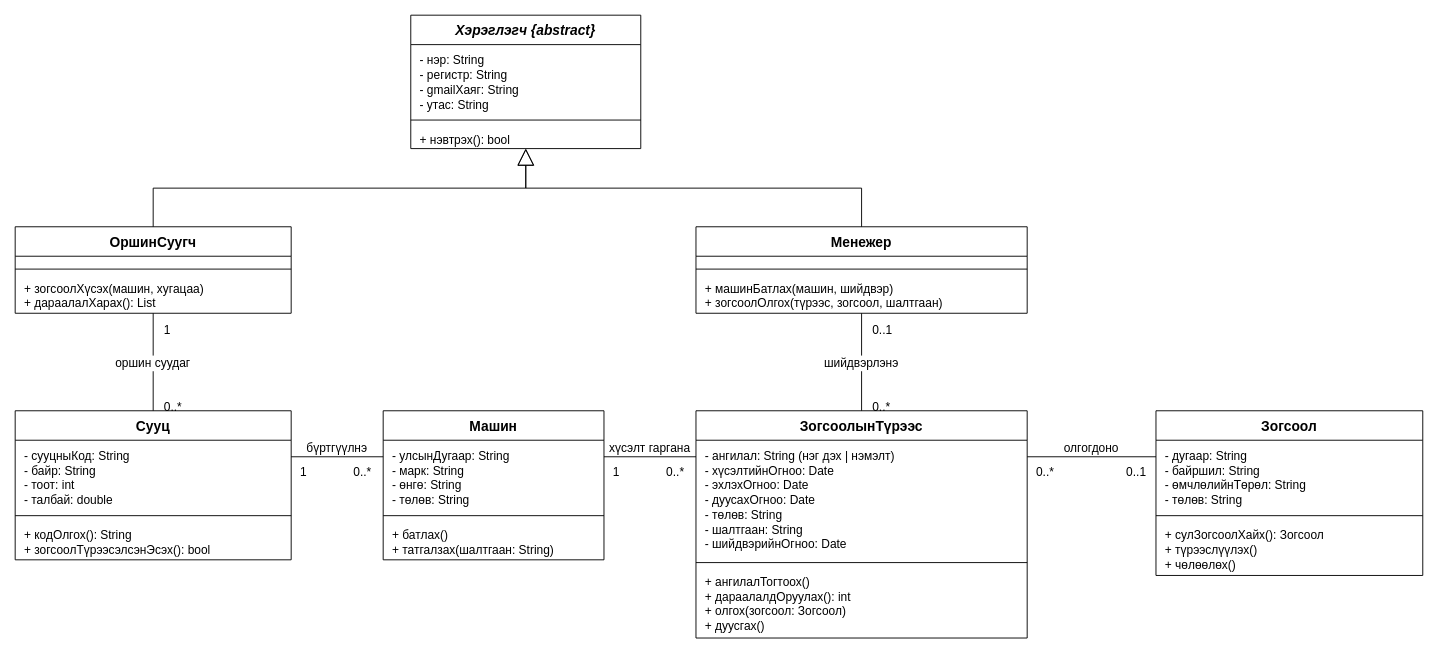
Before: docs/drawio/lab5-class.drawio in Uuganaaa12/suh-burtgel, a draw.io diagram. Source tidied: cells renumbered, new cells numbered last; positions are measured from the earlier drawing's top-left corner, leaving out a move shared by most shapes. Both pictures are drawn from the tidied source at 92%, with x=0, y=0 at pixel (15, 15).
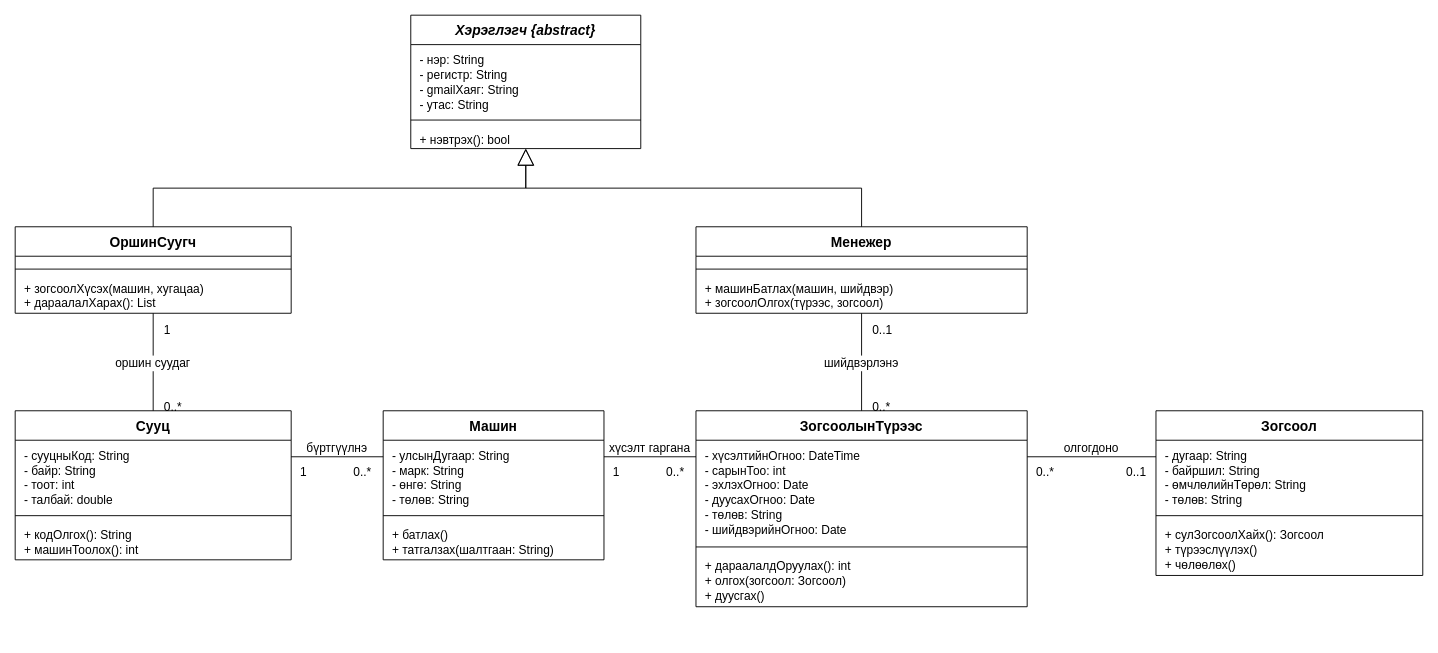
After the change.

Commit message (it also covers changes not shown here):
Лаб 5: Class, Sequence диаграмыг хүсэлтийн дарааллын дүрэмд тааруулав

Unchanged cells that the change refers to:
```xml
<mxCell id="10" value="Менежер" style="html=0;whiteSpace=nowrap;fontFamily=Helvetica;swimlane;horizontal=1;startSize=32;fontSize=15;fontStyle=1;" parent="1" vertex="1">
  <mxGeometry x="740" y="230" width="360" height="94" as="geometry" />
</mxCell>
<mxCell id="14" value="Сууц" style="html=0;whiteSpace=nowrap;fontFamily=Helvetica;swimlane;horizontal=1;startSize=32;fontSize=15;fontStyle=1;" parent="1" vertex="1">
  <mxGeometry y="430" width="300" height="162" as="geometry" />
</mxCell>
<mxCell id="18" value="Машин" style="html=0;whiteSpace=nowrap;fontFamily=Helvetica;swimlane;horizontal=1;startSize=32;fontSize=15;fontStyle=1;" parent="1" vertex="1">
  <mxGeometry x="400" y="430" width="240" height="162" as="geometry" />
</mxCell>
<mxCell id="26" value="Зогсоол" style="html=0;whiteSpace=nowrap;fontFamily=Helvetica;swimlane;horizontal=1;startSize=32;fontSize=15;fontStyle=1;" parent="1" vertex="1">
  <mxGeometry x="1240" y="430" width="290" height="179" as="geometry" />
</mxCell>
```

Diff of the diagram source:
```diff
@@
-    <mxCell id="13" value="+ машинБатлах(машин, шийдвэр)&#10;+ зогсоолОлгох(түрээс, зогсоол, шалтгаан)" style="html=0;whiteSpace=nowrap;fontFamily=Helvetica;text;strokeColor=none;fillColor=none;align=left;verticalAlign=top;spacingLeft=8;spacingTop=3;fontSize=13;" parent="10" vertex="1">
+    <mxCell id="13" value="+ машинБатлах(машин, шийдвэр)&#10;+ зогсоолОлгох(түрээс, зогсоол)" style="html=0;whiteSpace=nowrap;fontFamily=Helvetica;text;strokeColor=none;fillColor=none;align=left;verticalAlign=top;spacingLeft=8;spacingTop=3;fontSize=13;" parent="10" vertex="1">
       <mxGeometry y="50" width="360" height="44" as="geometry" />
     </mxCell>
@@
-    <mxCell id="17" value="+ кодОлгох(): String&#10;+ зогсоолТүрээсэлсэнЭсэх(): bool" style="html=0;whiteSpace=nowrap;fontFamily=Helvetica;text;strokeColor=none;fillColor=none;align=left;verticalAlign=top;spacingLeft=8;spacingTop=3;fontSize=13;" parent="14" vertex="1">
+    <mxCell id="17" value="+ кодОлгох(): String&#10;+ машинТоолох(): int" style="html=0;whiteSpace=nowrap;fontFamily=Helvetica;text;strokeColor=none;fillColor=none;align=left;verticalAlign=top;spacingLeft=8;spacingTop=3;fontSize=13;" parent="14" vertex="1">
       <mxGeometry y="118" width="300" height="44" as="geometry" />
     </mxCell>
@@
     <mxCell id="22" value="ЗогсоолынТүрээс" style="html=0;whiteSpace=nowrap;fontFamily=Helvetica;swimlane;horizontal=1;startSize=32;fontSize=15;fontStyle=1;" parent="1" vertex="1">
-      <mxGeometry x="740" y="430" width="360" height="247" as="geometry" />
+      <mxGeometry x="740" y="430" width="360" height="213" as="geometry" />
     </mxCell>
-    <mxCell id="23" value="- ангилал: String  (нэг дэх | нэмэлт)&#10;- хүсэлтийнОгноо: Date&#10;- эхлэхОгноо: Date&#10;- дуусахОгноо: Date&#10;- төлөв: String&#10;- шалтгаан: String&#10;- шийдвэрийнОгноо: Date" style="html=0;whiteSpace=nowrap;fontFamily=Helvetica;text;strokeColor=none;fillColor=none;align=left;verticalAlign=top;spacingLeft=8;spacingTop=3;fontSize=13;" parent="22" vertex="1">
-      <mxGeometry y="32" width="360" height="129" as="geometry" />
+    <mxCell id="23" value="- хүсэлтийнОгноо: DateTime&#10;- сарынТоо: int&#10;- эхлэхОгноо: Date&#10;- дуусахОгноо: Date&#10;- төлөв: String&#10;- шийдвэрийнОгноо: Date" style="html=0;whiteSpace=nowrap;fontFamily=Helvetica;text;strokeColor=none;fillColor=none;align=left;verticalAlign=top;spacingLeft=8;spacingTop=3;fontSize=13;" parent="22" vertex="1">
+      <mxGeometry y="32" width="360" height="112" as="geometry" />
     </mxCell>
     <mxCell id="24" style="html=0;whiteSpace=nowrap;fontFamily=Helvetica;line;strokeWidth=1;fillColor=none;" parent="22" vertex="1">
-      <mxGeometry y="161" width="360" height="8" as="geometry" />
+      <mxGeometry y="144" width="360" height="8" as="geometry" />
     </mxCell>
-    <mxCell id="25" value="+ ангилалТогтоох()&#10;+ дараалалдОруулах(): int&#10;+ олгох(зогсоол: Зогсоол)&#10;+ дуусгах()" style="html=0;whiteSpace=nowrap;fontFamily=Helvetica;text;strokeColor=none;fillColor=none;align=left;verticalAlign=top;spacingLeft=8;spacingTop=3;fontSize=13;" parent="22" vertex="1">
-      <mxGeometry y="169" width="360" height="78" as="geometry" />
+    <mxCell id="25" value="+ дараалалдОруулах(): int&#10;+ олгох(зогсоол: Зогсоол)&#10;+ дуусгах()" style="html=0;whiteSpace=nowrap;fontFamily=Helvetica;text;strokeColor=none;fillColor=none;align=left;verticalAlign=top;spacingLeft=8;spacingTop=3;fontSize=13;" parent="22" vertex="1">
+      <mxGeometry y="152" width="360" height="61" as="geometry" />
     </mxCell>
@@
-    <mxCell id="38" value="хүсэлт гаргана" style="html=0;rounded=0;fontFamily=Helvetica;fontSize=13;endArrow=none;fontSize=13;labelBackgroundColor=#ffffff;exitX=1;exitY=0.3086;entryX=0;entryY=0.2024;verticalAlign=bottom;" parent="1" edge="1" source="18" target="22">
+    <mxCell id="38" value="хүсэлт гаргана" style="html=0;rounded=0;fontFamily=Helvetica;fontSize=13;endArrow=none;fontSize=13;labelBackgroundColor=#ffffff;exitX=1;exitY=0.3086;entryX=0;entryY=0.2347;verticalAlign=bottom;" parent="1" edge="1" source="18" target="22">
       <mxGeometry relative="1" as="geometry" />
     </mxCell>
@@
-    <mxCell id="44" value="олгогдоно" style="html=0;rounded=0;fontFamily=Helvetica;fontSize=13;endArrow=none;fontSize=13;labelBackgroundColor=#ffffff;exitX=1;exitY=0.2024;entryX=0;entryY=0.2793;verticalAlign=bottom;" parent="1" edge="1" source="22" target="26">
+    <mxCell id="44" value="олгогдоно" style="html=0;rounded=0;fontFamily=Helvetica;fontSize=13;endArrow=none;fontSize=13;labelBackgroundColor=#ffffff;exitX=1;exitY=0.2347;entryX=0;entryY=0.2793;verticalAlign=bottom;" parent="1" edge="1" source="22" target="26">
       <mxGeometry relative="1" as="geometry" />
     </mxCell>
```
